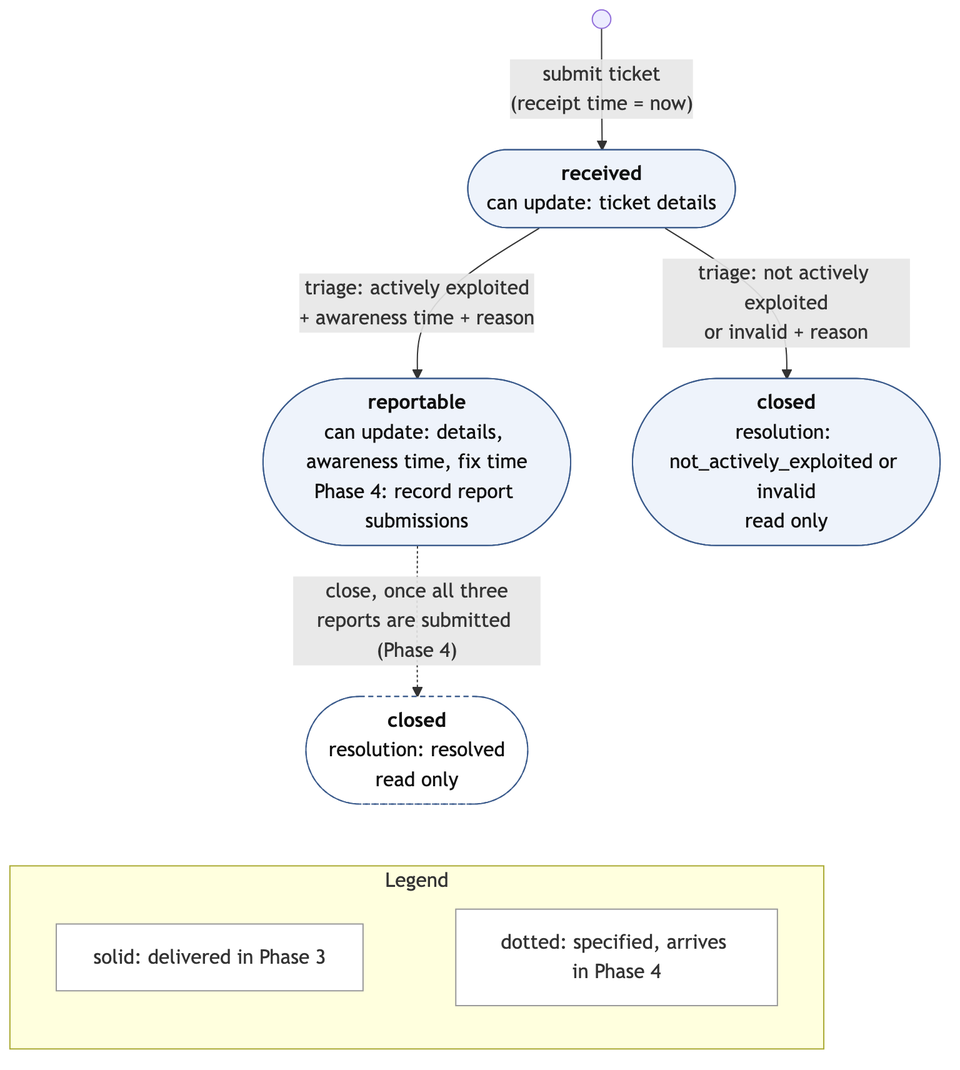
Earlier version of the Mermaid export docs/models/model-a-ticket-lifecycle.png (team17-ece30861/cra-service). Its source is kept beside it as docs/models/model-a-ticket-lifecycle.mmd.
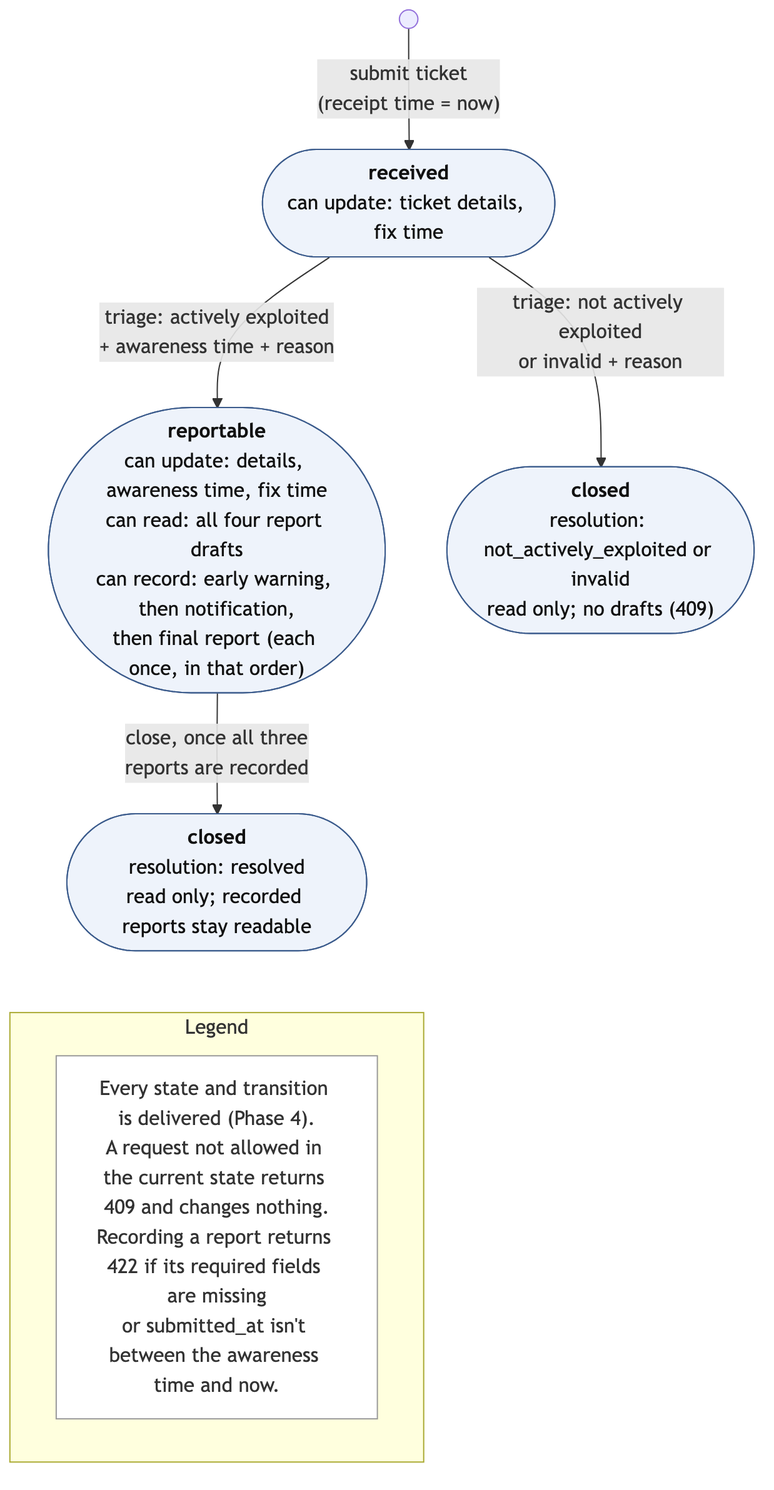
After the change.

Commit message:
Models as delivered in Phase 4 (A, B, architecture) (#92)

What changed in the source:
```diff
@@ -1,19 +1,17 @@
 flowchart TB
   start((" ")) -->|"submit ticket<br/>(receipt time = now)"| received
-  received(["<b>received</b><br/>can update: ticket details"])
+  received(["<b>received</b><br/>can update: ticket details, fix time"])
   received -->|"triage: actively exploited<br/>+ awareness time + reason"| reportable
   received -->|"triage: not actively exploited<br/>or invalid + reason"| closedNA
-  reportable(["<b>reportable</b><br/>can update: details, awareness time, fix time<br/>Phase 4: record report submissions"])
-  closedNA(["<b>closed</b><br/>resolution: not_actively_exploited or invalid<br/>read only"])
-  reportable -.->|"close, once all three<br/>reports are submitted (Phase 4)"| closedR(["<b>closed</b><br/>resolution: resolved<br/>read only"])
+  reportable(["<b>reportable</b><br/>can update: details, awareness time, fix time<br/>can read: all four report drafts<br/>can record: early warning, then notification,<br/>then final report (each once, in that order)"])
+  closedNA(["<b>closed</b><br/>resolution: not_actively_exploited or invalid<br/>read only; no drafts (409)"])
+  reportable -->|"close, once all three<br/>reports are recorded"| closedR(["<b>closed</b><br/>resolution: resolved<br/>read only; recorded reports stay readable"])
   subgraph legend["Legend"]
     direction LR
-    l1["solid: delivered in Phase 3"] ~~~ l2["dotted: specified, arrives in Phase 4"]
+    l1["Every state and transition is delivered (Phase 4).<br/>A request not allowed in the current state returns 409 and changes nothing.<br/>Recording a report returns 422 if its required fields are missing<br/>or submitted_at isn't between the awareness time and now."]
   end
   closedR ~~~ legend
   classDef state fill:#eef3fb,stroke:#3b5b8c,color:#111
-  classDef planned fill:#ffffff,stroke:#3b5b8c,stroke-dasharray:4 3,color:#111
   classDef note fill:#ffffff,stroke:#999,color:#333
-  class received,reportable,closedNA state
-  class closedR planned
-  class l1,l2 note
+  class received,reportable,closedNA,closedR state
+  class l1 note
```
